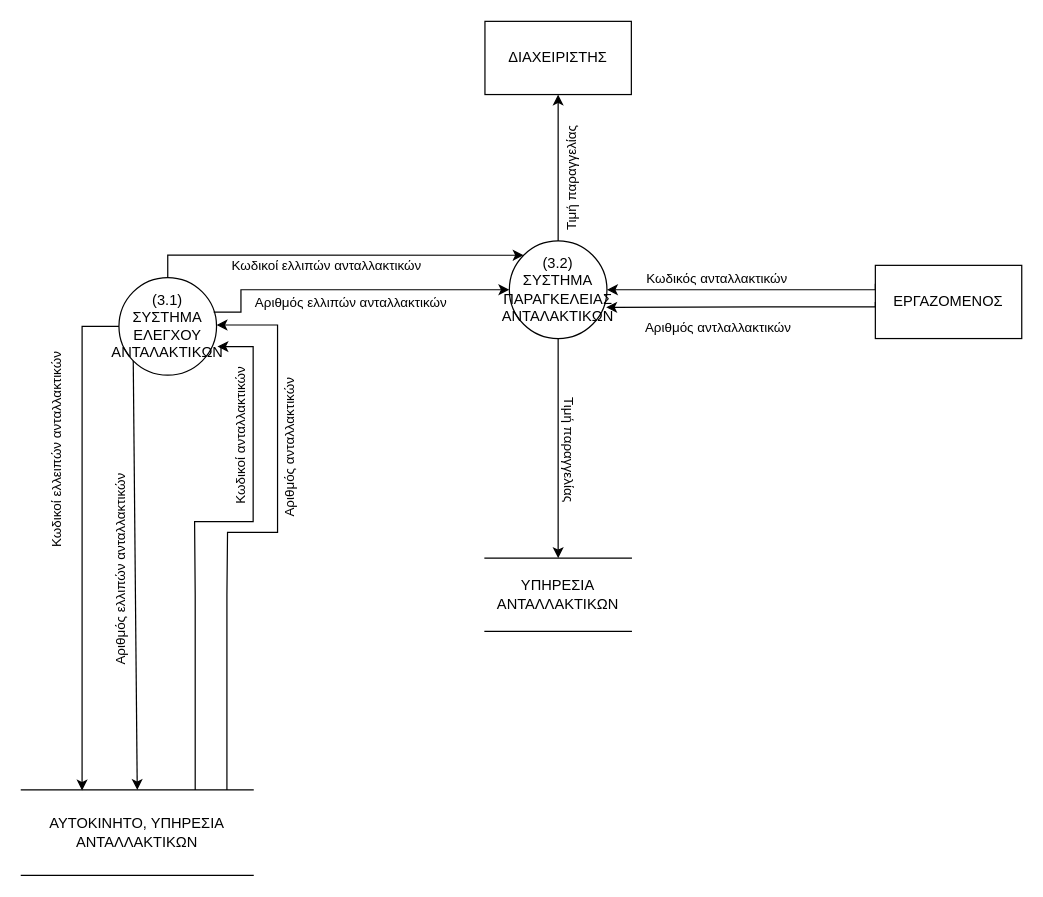
This is page "page5-exp" (19 of 21) of SE1DIAGRAMS.drawio from Xaristrike/SE1DIAGRAMS2023, a draw.io file, before an edit. Source tidied: cells renumbered, new cells numbered last; positions are measured from the earlier drawing's top-left corner, leaving out a move shared by most shapes. Both pictures are drawn from the tidied source at 122%, with x=0, y=0 at pixel (21, 21).
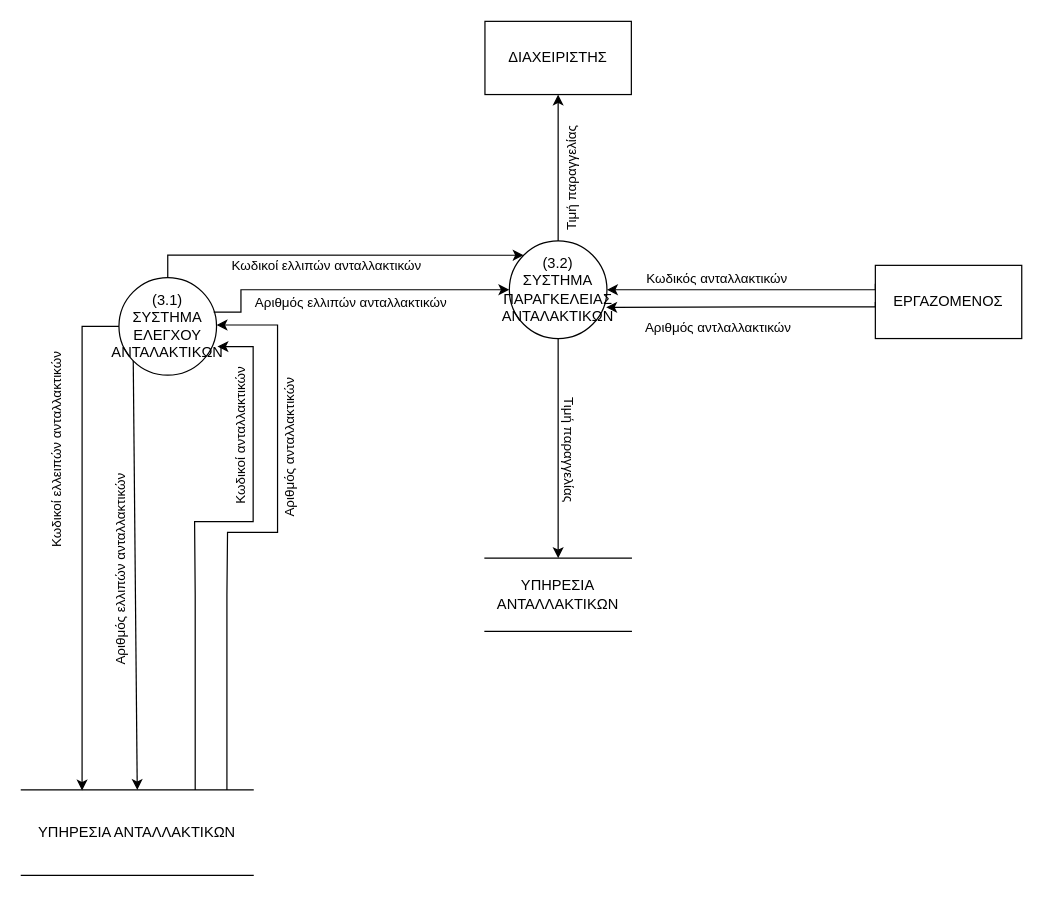
After the change.

Commit message:
Fixed page5-exp

Diff of the diagram source:
```diff
@@
-    <mxCell id="2" value="ΑΥΤΟΚΙΝΗΤΟ, ΥΠΗΡΕΣΙΑ ΑΝΤΑΛΛΑΚΤΙΚΩΝ" style="shape=partialRectangle;whiteSpace=wrap;html=1;top=1;bottom=1;fillColor=none;left=0;right=0;" parent="1" vertex="1">
+    <mxCell id="2" value="ΥΠΗΡΕΣΙΑ ΑΝΤΑΛΛΑΚΤΙΚΩΝ" style="shape=partialRectangle;whiteSpace=wrap;html=1;top=1;bottom=1;fillColor=none;left=0;right=0;" parent="1" vertex="1">
       <mxGeometry y="630" width="190" height="70" as="geometry" />
     </mxCell>
```
